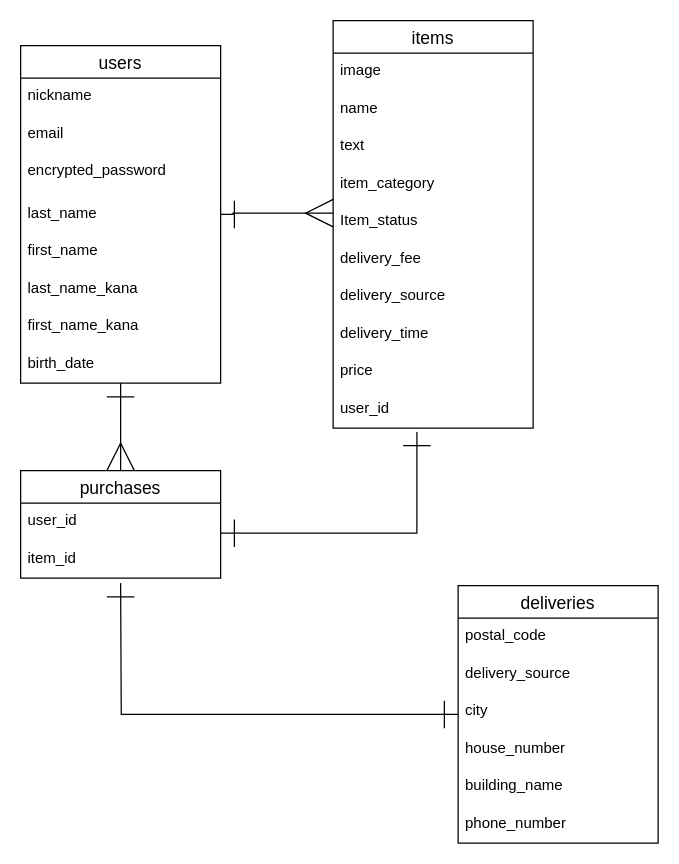
The draw.io diagram ER.dio in polly0296/furima-36237, before the edit. Source tidied: cells renumbered, new cells numbered last; positions are measured from the earlier drawing's top-left corner, leaving out a move shared by most shapes. Both pictures are drawn from the tidied source at 125%, with x=0, y=0 at pixel (20, 20).
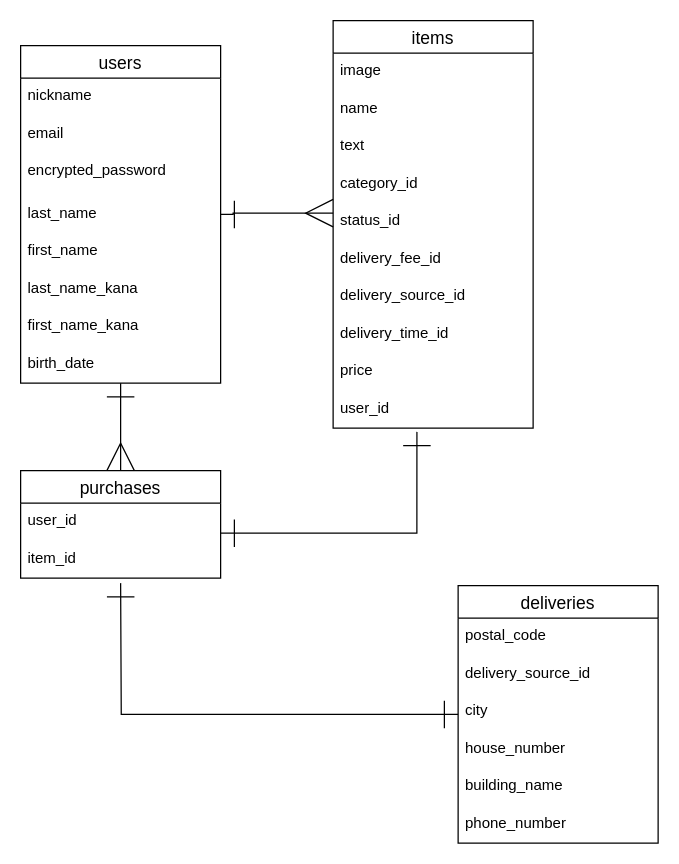
The same page after the edit.

Unchanged cells that the change refers to:
```xml
<mxCell id="12" value="items" style="swimlane;fontStyle=0;horizontal=1;startSize=26;align=center;fontSize=14;" parent="1" vertex="1">
  <mxGeometry x="250" width="160" height="326" as="geometry" />
</mxCell>
<mxCell id="28" value="deliveries" style="swimlane;fontStyle=0;horizontal=1;startSize=26;align=center;fontSize=14;" parent="1" vertex="1">
  <mxGeometry x="350" y="452" width="160" height="206" as="geometry" />
</mxCell>
```

Diff of the diagram source:
```diff
@@
-    <mxCell id="16" value="item_category" style="text;strokeColor=none;fillColor=none;spacingLeft=4;spacingRight=4;overflow=hidden;fontSize=12;" parent="12" vertex="1">
+    <mxCell id="16" value="category_id" style="text;strokeColor=none;fillColor=none;spacingLeft=4;spacingRight=4;overflow=hidden;fontSize=12;" parent="12" vertex="1">
       <mxGeometry y="116" width="160" height="30" as="geometry" />
     </mxCell>
-    <mxCell id="17" value="Item_status" style="text;strokeColor=none;fillColor=none;spacingLeft=4;spacingRight=4;overflow=hidden;points=[[0,0.5],[1,0.5]];portConstraint=eastwest;fontSize=12;verticalAlign=top;" parent="12" vertex="1">
+    <mxCell id="17" value="status_id" style="text;strokeColor=none;fillColor=none;spacingLeft=4;spacingRight=4;overflow=hidden;points=[[0,0.5],[1,0.5]];portConstraint=eastwest;fontSize=12;verticalAlign=top;" parent="12" vertex="1">
       <mxGeometry y="146" width="160" height="30" as="geometry" />
     </mxCell>
-    <mxCell id="18" value="delivery_fee" style="text;strokeColor=none;fillColor=none;spacingLeft=4;spacingRight=4;overflow=hidden;fontSize=12;verticalAlign=top;" parent="12" vertex="1">
+    <mxCell id="18" value="delivery_fee_id" style="text;strokeColor=none;fillColor=none;spacingLeft=4;spacingRight=4;overflow=hidden;fontSize=12;verticalAlign=top;" parent="12" vertex="1">
       <mxGeometry y="176" width="160" height="30" as="geometry" />
     </mxCell>
-    <mxCell id="19" value="delivery_source" style="text;strokeColor=none;fillColor=none;spacingLeft=4;spacingRight=4;overflow=hidden;fontSize=12;verticalAlign=top;" parent="12" vertex="1">
+    <mxCell id="19" value="delivery_source_id" style="text;strokeColor=none;fillColor=none;spacingLeft=4;spacingRight=4;overflow=hidden;fontSize=12;verticalAlign=top;" parent="12" vertex="1">
       <mxGeometry y="206" width="160" height="30" as="geometry" />
     </mxCell>
-    <mxCell id="20" value="delivery_time" style="text;strokeColor=none;fillColor=none;spacingLeft=4;spacingRight=4;overflow=hidden;fontSize=12;verticalAlign=top;" parent="12" vertex="1">
+    <mxCell id="20" value="delivery_time_id" style="text;strokeColor=none;fillColor=none;spacingLeft=4;spacingRight=4;overflow=hidden;fontSize=12;verticalAlign=top;" parent="12" vertex="1">
       <mxGeometry y="236" width="160" height="30" as="geometry" />
     </mxCell>
@@
-    <mxCell id="30" value="delivery_source" style="text;strokeColor=none;fillColor=none;spacingLeft=4;spacingRight=4;overflow=hidden;fontSize=12;" parent="28" vertex="1">
+    <mxCell id="30" value="delivery_source_id" style="text;strokeColor=none;fillColor=none;spacingLeft=4;spacingRight=4;overflow=hidden;fontSize=12;" parent="28" vertex="1">
       <mxGeometry y="56" width="160" height="30" as="geometry" />
     </mxCell>
```
